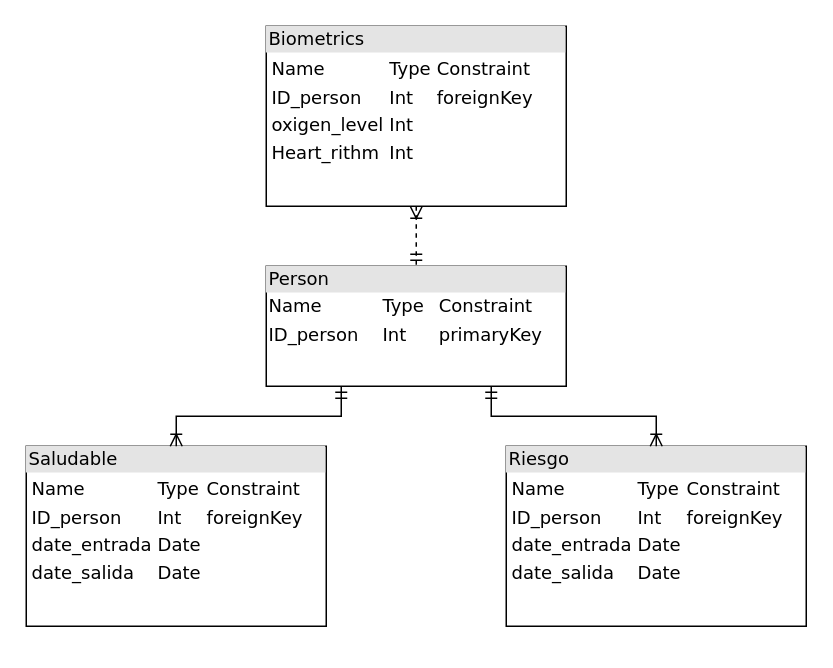
Above: Proyecto/BaseDeDatos.drawio in DemiurgeApeiron/A01028325-InternetOfThings (draw.io), before the change. Source tidied: cells renumbered, new cells numbered last; positions are measured from the earlier drawing's top-left corner, leaving out a move shared by most shapes. Both pictures are drawn from the tidied source at 150%, with x=0, y=0 at pixel (26, 26).
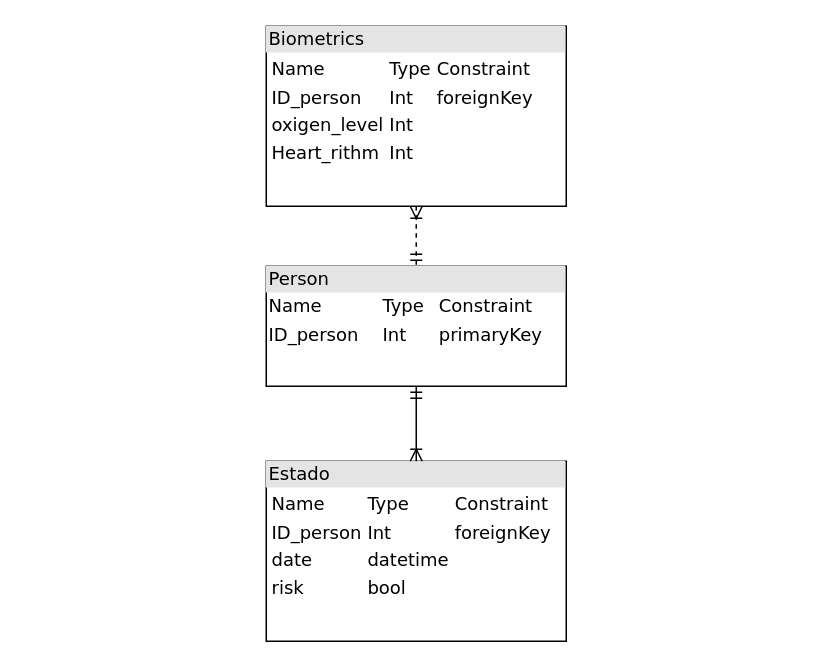
After the change.

Change to the diagram source:
```diff
@@
 <mxGraphModel background="#ffffff">
   <root>
     <mxCell id="0" />
     <mxCell id="1" parent="0" />
     <mxCell id="2" style="edgeStyle=orthogonalEdgeStyle;html=1;entryX=0.5;entryY=0;dashed=1;labelBackgroundColor=none;startArrow=ERoneToMany;endArrow=ERmandOne;fontFamily=Verdana;fontSize=12;align=left;endFill=0;startFill=0;" parent="1" edge="1" source="3" target="8">
       <mxGeometry relative="1" as="geometry" />
     </mxCell>
     <mxCell id="3" value="&lt;div style=&quot;box-sizing: border-box ; width: 100% ; background: #e4e4e4 ; padding: 2px&quot;&gt;Biometrics&lt;/div&gt;&lt;table style=&quot;width: 100% ; font-size: 1em&quot; cellspacing=&quot;0&quot; cellpadding=&quot;2&quot;&gt;&lt;tbody&gt;&lt;tr&gt;&lt;td&gt;&lt;table cellspacing=&quot;0&quot; cellpadding=&quot;2&quot;&gt;&lt;tbody&gt;&lt;tr&gt;&lt;td&gt;Name&lt;br&gt;&lt;/td&gt;&lt;td&gt;Type&lt;br&gt;&lt;/td&gt;&lt;td&gt;Constraint&lt;br&gt;&lt;/td&gt;&lt;/tr&gt;&lt;tr&gt;&lt;td&gt;ID_person&lt;br&gt;&lt;/td&gt;&lt;td&gt;Int&lt;/td&gt;&lt;td&gt;foreignKey&lt;/td&gt;&lt;/tr&gt;&lt;tr&gt;&lt;td&gt;oxigen_level&lt;br&gt;&lt;/td&gt;&lt;td&gt;Int&lt;br&gt;&lt;/td&gt;&lt;td&gt;&lt;br&gt;&lt;/td&gt;&lt;/tr&gt;&lt;tr&gt;&lt;td&gt;Heart_rithm&lt;/td&gt;&lt;td&gt;Int&lt;br&gt;&lt;/td&gt;&lt;td&gt;&lt;br&gt;&lt;/td&gt;&lt;/tr&gt;&lt;/tbody&gt;&lt;/table&gt;&lt;/td&gt;&lt;td&gt;&lt;br&gt;&lt;/td&gt;&lt;/tr&gt;&lt;tr&gt;&lt;td&gt;&lt;br&gt;&lt;/td&gt;&lt;td&gt;&lt;br&gt;&lt;/td&gt;&lt;/tr&gt;&lt;tr&gt;&lt;td&gt;&lt;br&gt;&lt;/td&gt;&lt;td&gt;&lt;br&gt;&lt;/td&gt;&lt;/tr&gt;&lt;tr&gt;&lt;td&gt;&lt;br&gt;&lt;/td&gt;&lt;td&gt;&lt;br&gt;&lt;/td&gt;&lt;/tr&gt;&lt;tr&gt;&lt;td&gt;&lt;br&gt;&lt;/td&gt;&lt;td&gt;&lt;br&gt;&lt;/td&gt;&lt;/tr&gt;&lt;tr&gt;&lt;td&gt;&lt;br&gt;&lt;/td&gt;&lt;td&gt;&lt;br&gt;&lt;/td&gt;&lt;/tr&gt;&lt;/tbody&gt;&lt;/table&gt;" style="verticalAlign=top;align=left;overflow=fill;html=1;rounded=0;shadow=0;comic=0;labelBackgroundColor=none;strokeWidth=1;fontFamily=Verdana;fontSize=12;" parent="1" vertex="1">
       <mxGeometry x="160" width="200" height="120" as="geometry" />
     </mxCell>
-    <mxCell id="4" value="&lt;div style=&quot;box-sizing: border-box ; width: 100% ; background: #e4e4e4 ; padding: 2px&quot;&gt;Saludable&lt;br&gt;&lt;/div&gt;&lt;table style=&quot;width: 100% ; font-size: 1em&quot; cellspacing=&quot;0&quot; cellpadding=&quot;2&quot;&gt;&lt;tbody&gt;&lt;tr&gt;&lt;td&gt;&lt;table cellspacing=&quot;0&quot; cellpadding=&quot;2&quot;&gt;&lt;tbody&gt;&lt;tr&gt;&lt;td&gt;Name&lt;br&gt;&lt;/td&gt;&lt;td&gt;Type&lt;br&gt;&lt;/td&gt;&lt;td&gt;Constraint&lt;br&gt;&lt;/td&gt;&lt;/tr&gt;&lt;tr&gt;&lt;td&gt;ID_person&lt;br&gt;&lt;/td&gt;&lt;td&gt;Int&lt;/td&gt;&lt;td&gt;foreignKey&lt;/td&gt;&lt;/tr&gt;&lt;tr&gt;&lt;td&gt;date_entrada&lt;br&gt;&lt;/td&gt;&lt;td&gt;Date&lt;br&gt;&lt;/td&gt;&lt;td&gt;&lt;br&gt;&lt;/td&gt;&lt;/tr&gt;&lt;tr&gt;&lt;td&gt;date_salida&lt;/td&gt;&lt;td&gt;Date&lt;/td&gt;&lt;td&gt;&lt;br&gt;&lt;/td&gt;&lt;/tr&gt;&lt;/tbody&gt;&lt;/table&gt;&lt;/td&gt;&lt;td&gt;&lt;br&gt;&lt;/td&gt;&lt;/tr&gt;&lt;tr&gt;&lt;td&gt;&lt;br&gt;&lt;/td&gt;&lt;td&gt;&lt;br&gt;&lt;/td&gt;&lt;/tr&gt;&lt;tr&gt;&lt;td&gt;&lt;br&gt;&lt;/td&gt;&lt;td&gt;&lt;br&gt;&lt;/td&gt;&lt;/tr&gt;&lt;tr&gt;&lt;td&gt;&lt;br&gt;&lt;/td&gt;&lt;td&gt;&lt;br&gt;&lt;/td&gt;&lt;/tr&gt;&lt;/tbody&gt;&lt;/table&gt;" style="verticalAlign=top;align=left;overflow=fill;html=1;rounded=0;shadow=0;comic=0;labelBackgroundColor=none;strokeWidth=1;fontFamily=Verdana;fontSize=12;" parent="1" vertex="1">
-      <mxGeometry y="280" width="200" height="120" as="geometry" />
+    <mxCell id="4" value="&lt;div style=&quot;box-sizing: border-box ; width: 100% ; background: #e4e4e4 ; padding: 2px&quot;&gt;Estado&lt;br&gt;&lt;/div&gt;&lt;table style=&quot;width: 100% ; font-size: 1em&quot; cellspacing=&quot;0&quot; cellpadding=&quot;2&quot;&gt;&lt;tbody&gt;&lt;tr&gt;&lt;td&gt;&lt;table cellspacing=&quot;0&quot; cellpadding=&quot;2&quot;&gt;&lt;tbody&gt;&lt;tr&gt;&lt;td&gt;Name&lt;br&gt;&lt;/td&gt;&lt;td&gt;Type&lt;br&gt;&lt;/td&gt;&lt;td&gt;Constraint&lt;br&gt;&lt;/td&gt;&lt;/tr&gt;&lt;tr&gt;&lt;td&gt;ID_person&lt;br&gt;&lt;/td&gt;&lt;td&gt;Int&lt;/td&gt;&lt;td&gt;foreignKey&lt;/td&gt;&lt;/tr&gt;&lt;tr&gt;&lt;td&gt;date&lt;br&gt;&lt;/td&gt;&lt;td&gt;datetime&lt;br&gt;&lt;/td&gt;&lt;td&gt;&lt;br&gt;&lt;/td&gt;&lt;/tr&gt;&lt;tr&gt;&lt;td&gt;risk&lt;br&gt;&lt;/td&gt;&lt;td&gt;bool&lt;/td&gt;&lt;td&gt;&lt;br&gt;&lt;/td&gt;&lt;/tr&gt;&lt;/tbody&gt;&lt;/table&gt;&lt;/td&gt;&lt;td&gt;&lt;br&gt;&lt;/td&gt;&lt;/tr&gt;&lt;tr&gt;&lt;td&gt;&lt;br&gt;&lt;/td&gt;&lt;td&gt;&lt;br&gt;&lt;/td&gt;&lt;/tr&gt;&lt;tr&gt;&lt;td&gt;&lt;br&gt;&lt;/td&gt;&lt;td&gt;&lt;br&gt;&lt;/td&gt;&lt;/tr&gt;&lt;tr&gt;&lt;td&gt;&lt;br&gt;&lt;/td&gt;&lt;td&gt;&lt;br&gt;&lt;/td&gt;&lt;/tr&gt;&lt;/tbody&gt;&lt;/table&gt;" style="verticalAlign=top;align=left;overflow=fill;html=1;rounded=0;shadow=0;comic=0;labelBackgroundColor=none;strokeWidth=1;fontFamily=Verdana;fontSize=12;" parent="1" vertex="1">
+      <mxGeometry x="160" y="290" width="200" height="120" as="geometry" />
     </mxCell>
-    <mxCell id="5" value="&lt;div style=&quot;box-sizing: border-box ; width: 100% ; background: #e4e4e4 ; padding: 2px&quot;&gt;Riesgo&lt;br&gt;&lt;/div&gt;&lt;table style=&quot;width: 100% ; font-size: 1em&quot; cellspacing=&quot;0&quot; cellpadding=&quot;2&quot;&gt;&lt;tbody&gt;&lt;tr&gt;&lt;td&gt;&lt;table cellspacing=&quot;0&quot; cellpadding=&quot;2&quot;&gt;&lt;tbody&gt;&lt;tr&gt;&lt;td&gt;Name&lt;br&gt;&lt;/td&gt;&lt;td&gt;Type&lt;br&gt;&lt;/td&gt;&lt;td&gt;Constraint&lt;br&gt;&lt;/td&gt;&lt;/tr&gt;&lt;tr&gt;&lt;td&gt;ID_person&lt;br&gt;&lt;/td&gt;&lt;td&gt;Int&lt;/td&gt;&lt;td&gt;foreignKey&lt;/td&gt;&lt;/tr&gt;&lt;tr&gt;&lt;td&gt;date_entrada&lt;/td&gt;&lt;td&gt;Date&lt;/td&gt;&lt;td&gt;&lt;br&gt;&lt;/td&gt;&lt;/tr&gt;&lt;tr&gt;&lt;td&gt;date_salida&lt;/td&gt;&lt;td&gt;Date&lt;/td&gt;&lt;td&gt;&lt;br&gt;&lt;/td&gt;&lt;/tr&gt;&lt;/tbody&gt;&lt;/table&gt;&lt;/td&gt;&lt;td&gt;&lt;br&gt;&lt;/td&gt;&lt;/tr&gt;&lt;tr&gt;&lt;td&gt;&lt;br&gt;&lt;/td&gt;&lt;td&gt;&lt;br&gt;&lt;/td&gt;&lt;/tr&gt;&lt;tr&gt;&lt;td&gt;&lt;br&gt;&lt;/td&gt;&lt;td&gt;&lt;br&gt;&lt;/td&gt;&lt;/tr&gt;&lt;/tbody&gt;&lt;/table&gt;" style="verticalAlign=top;align=left;overflow=fill;html=1;rounded=0;shadow=0;comic=0;labelBackgroundColor=none;strokeWidth=1;fontFamily=Verdana;fontSize=12;" parent="1" vertex="1">
-      <mxGeometry x="320" y="280" width="200" height="120" as="geometry" />
-    </mxCell>
-    <mxCell id="6" style="edgeStyle=orthogonalEdgeStyle;rounded=0;jettySize=auto;html=1;exitX=0.25;exitY=1;exitDx=0;exitDy=0;entryX=0.5;entryY=0;entryDx=0;entryDy=0;endArrow=ERoneToMany;endFill=0;startArrow=ERmandOne;startFill=0;" parent="1" edge="1" source="8" target="4">
+    <mxCell id="6" style="edgeStyle=orthogonalEdgeStyle;rounded=0;jettySize=auto;html=1;exitX=0.5;exitY=1;exitDx=0;exitDy=0;entryX=0.5;entryY=0;entryDx=0;entryDy=0;endArrow=ERoneToMany;endFill=0;startArrow=ERmandOne;startFill=0;" parent="1" edge="1" source="8" target="4">
       <mxGeometry relative="1" as="geometry" />
     </mxCell>
-    <mxCell id="7" style="edgeStyle=orthogonalEdgeStyle;rounded=0;jettySize=auto;html=1;exitX=0.75;exitY=1;exitDx=0;exitDy=0;entryX=0.5;entryY=0;entryDx=0;entryDy=0;endArrow=ERoneToMany;endFill=0;startArrow=ERmandOne;startFill=0;" parent="1" edge="1" source="8" target="5">
-      <mxGeometry relative="1" as="geometry" />
-    </mxCell>
     <mxCell id="8" value="&lt;div style=&quot;box-sizing: border-box ; width: 100% ; background: #e4e4e4 ; padding: 2px&quot;&gt;Person&lt;/div&gt;&lt;table style=&quot;width: 100% ; font-size: 1em&quot; cellspacing=&quot;0&quot; cellpadding=&quot;2&quot;&gt;&lt;tbody&gt;&lt;tr&gt;&lt;td&gt;Name&lt;br&gt;&lt;/td&gt;&lt;td&gt;Type&lt;br&gt;&lt;/td&gt;&lt;td&gt;Constraint&lt;br&gt;&lt;/td&gt;&lt;/tr&gt;&lt;tr&gt;&lt;td&gt;ID_person&lt;br&gt;&lt;/td&gt;&lt;td&gt;Int&lt;/td&gt;&lt;td&gt;primaryKey&lt;/td&gt;&lt;/tr&gt;&lt;tr&gt;&lt;td&gt;&lt;br&gt;&lt;/td&gt;&lt;td&gt;&lt;br&gt;&lt;/td&gt;&lt;td&gt;&lt;br&gt;&lt;/td&gt;&lt;/tr&gt;&lt;tr&gt;&lt;td&gt;&lt;br&gt;&lt;/td&gt;&lt;td&gt;&lt;br&gt;&lt;/td&gt;&lt;td&gt;&lt;br&gt;&lt;/td&gt;&lt;/tr&gt;&lt;tr&gt;&lt;td&gt;&lt;br&gt;&lt;/td&gt;&lt;td&gt;&lt;br&gt;&lt;/td&gt;&lt;td&gt;&lt;br&gt;&lt;/td&gt;&lt;/tr&gt;&lt;tr&gt;&lt;td&gt;&lt;br&gt;&lt;/td&gt;&lt;td&gt;&lt;br&gt;&lt;/td&gt;&lt;td&gt;&lt;br&gt;&lt;/td&gt;&lt;/tr&gt;&lt;tr&gt;&lt;td&gt;&lt;br&gt;&lt;/td&gt;&lt;td&gt;&lt;br&gt;&lt;/td&gt;&lt;td&gt;&lt;br&gt;&lt;/td&gt;&lt;/tr&gt;&lt;tr&gt;&lt;td&gt;&lt;br&gt;&lt;/td&gt;&lt;td&gt;&lt;br&gt;&lt;/td&gt;&lt;td&gt;&lt;br&gt;&lt;/td&gt;&lt;/tr&gt;&lt;tr&gt;&lt;td&gt;&lt;br&gt;&lt;/td&gt;&lt;td&gt;&lt;br&gt;&lt;/td&gt;&lt;td&gt;&lt;br&gt;&lt;/td&gt;&lt;/tr&gt;&lt;tr&gt;&lt;td&gt;&lt;br&gt;&lt;/td&gt;&lt;td&gt;&lt;br&gt;&lt;/td&gt;&lt;td&gt;&lt;br&gt;&lt;/td&gt;&lt;/tr&gt;&lt;tr&gt;&lt;td&gt;&lt;br&gt;&lt;/td&gt;&lt;td&gt;&lt;br&gt;&lt;/td&gt;&lt;td&gt;&lt;br&gt;&lt;/td&gt;&lt;/tr&gt;&lt;tr&gt;&lt;td&gt;&lt;br&gt;&lt;/td&gt;&lt;td&gt;&lt;br&gt;&lt;/td&gt;&lt;td&gt;&lt;br&gt;&lt;/td&gt;&lt;/tr&gt;&lt;tr&gt;&lt;td&gt;&lt;br&gt;&lt;/td&gt;&lt;td&gt;&lt;br&gt;&lt;/td&gt;&lt;td&gt;&lt;br&gt;&lt;/td&gt;&lt;/tr&gt;&lt;tr&gt;&lt;td&gt;&lt;br&gt;&lt;/td&gt;&lt;td&gt;&lt;br&gt;&lt;/td&gt;&lt;td&gt;&lt;br&gt;&lt;/td&gt;&lt;/tr&gt;&lt;tr&gt;&lt;td&gt;&lt;br&gt;&lt;/td&gt;&lt;td&gt;&lt;br&gt;&lt;/td&gt;&lt;td&gt;&lt;br&gt;&lt;/td&gt;&lt;/tr&gt;&lt;tr&gt;&lt;td&gt;&lt;br&gt;&lt;/td&gt;&lt;td&gt;&lt;br&gt;&lt;/td&gt;&lt;td&gt;&lt;br&gt;&lt;/td&gt;&lt;/tr&gt;&lt;tr&gt;&lt;td&gt;&lt;br&gt;&lt;/td&gt;&lt;td&gt;&lt;br&gt;&lt;/td&gt;&lt;td&gt;&lt;br&gt;&lt;/td&gt;&lt;/tr&gt;&lt;tr&gt;&lt;td&gt;&lt;br&gt;&lt;/td&gt;&lt;td&gt;&lt;br&gt;&lt;/td&gt;&lt;td&gt;&lt;br&gt;&lt;/td&gt;&lt;/tr&gt;&lt;/tbody&gt;&lt;/table&gt;" style="verticalAlign=top;align=left;overflow=fill;html=1;rounded=0;shadow=0;comic=0;labelBackgroundColor=none;strokeWidth=1;fontFamily=Verdana;fontSize=12;" parent="1" vertex="1">
       <mxGeometry x="160" y="160" width="200" height="80" as="geometry" />
     </mxCell>
   </root>
 </mxGraphModel>
```
